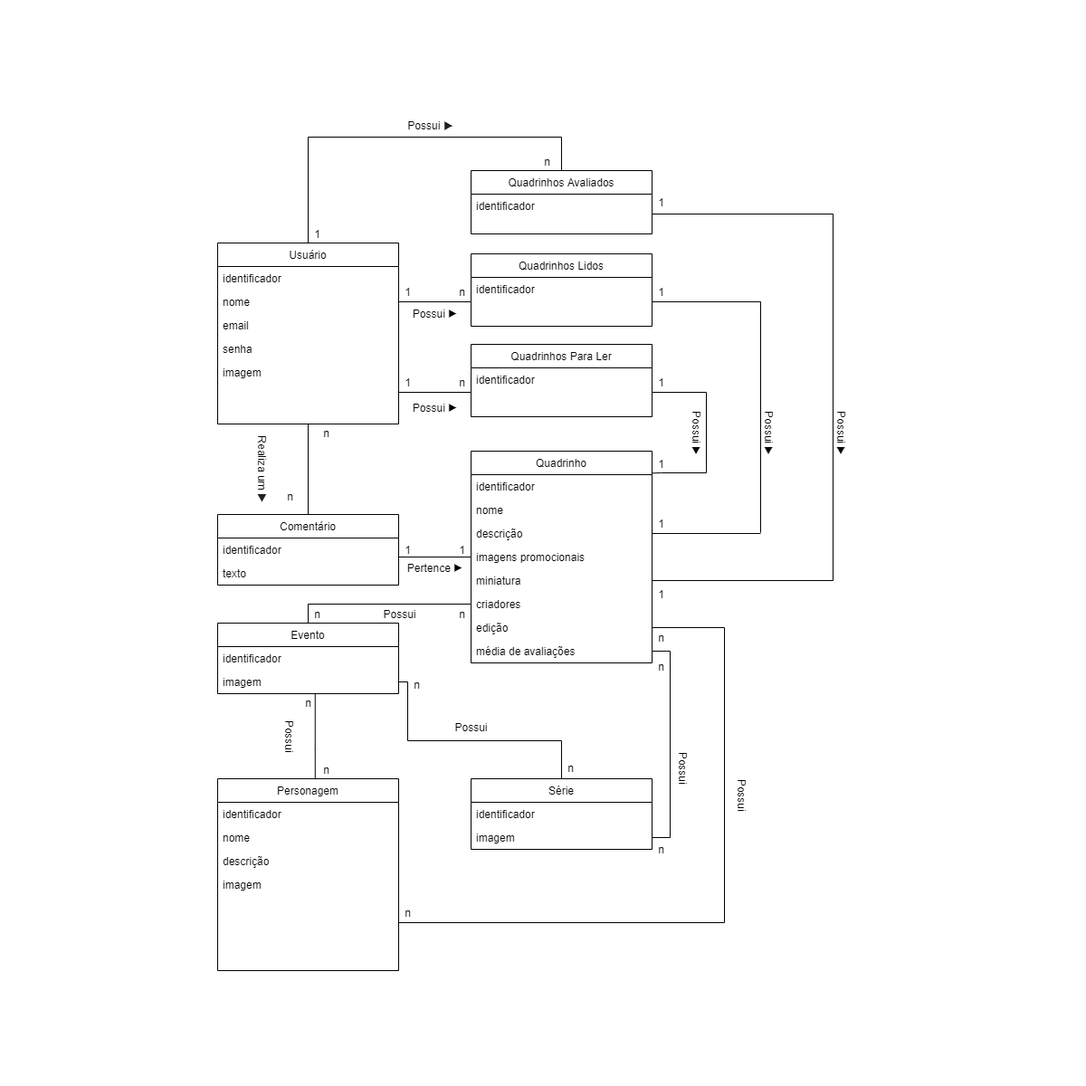
Above: docs/01. definição de requisitos/04. diagrama de classes de análise.png in abigailarruda/mcomics (draw.io), before the change. Source tidied: cells renumbered, new cells last; positions are measured from the earlier drawing's top-left corner, leaving out a move shared by most shapes.
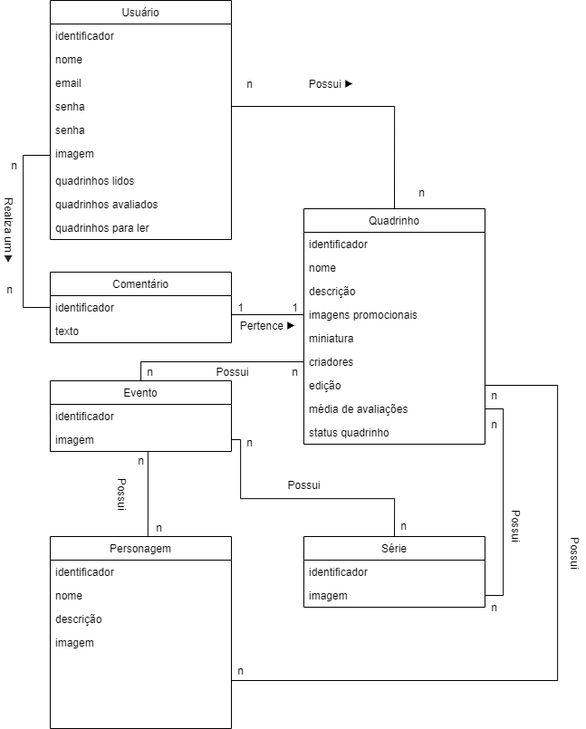
Above is the later version.

Commit message:
correção do mca

Diff of the diagram source:
```diff
@@ -25,16 +25,8 @@
     <mxCell id="7" value="imagem" style="text;align=left;verticalAlign=top;spacingLeft=4;spacingRight=4;overflow=hidden;" parent="3" vertex="1">
       <mxGeometry y="104" width="200" height="26" as="geometry" />
     </mxCell>
-    <mxCell id="8" style="edgeStyle=orthogonalEdgeStyle;rounded=0;jettySize=auto;html=1;endArrow=none;endFill=0;entryX=0.5;entryY=0;entryDx=0;entryDy=0;" parent="1" edge="1" source="9" target="36">
-      <mxGeometry relative="1" as="geometry">
-        <Array as="points">
-          <mxPoint x="100" y="23" />
-          <mxPoint x="380" y="23" />
-        </Array>
-      </mxGeometry>
-    </mxCell>
     <mxCell id="9" value="Usuário" style="swimlane;fontStyle=0;align=center;verticalAlign=top;horizontal=1;startSize=26;fillColor=#ffffff;" parent="1" vertex="1">
-      <mxGeometry y="140" width="200" height="200" as="geometry" />
+      <mxGeometry y="140" width="200" height="264" as="geometry" />
     </mxCell>
     <mxCell id="10" value="identificador" style="text;align=left;verticalAlign=top;spacingLeft=4;spacingRight=4;overflow=hidden;" parent="9" vertex="1">
       <mxGeometry y="26" width="200" height="26" as="geometry" />
@@ -48,11 +40,23 @@
     <mxCell id="13" value="senha" style="text;align=left;verticalAlign=top;spacingLeft=4;spacingRight=4;overflow=hidden;points=[[0,0.5],[1,0.5]];portConstraint=eastwest;" parent="9" vertex="1">
       <mxGeometry y="104" width="200" height="26" as="geometry" />
     </mxCell>
+    <mxCell id="90" value="senha" style="text;align=left;verticalAlign=top;spacingLeft=4;spacingRight=4;overflow=hidden;" parent="9" vertex="1">
+      <mxGeometry y="130" width="200" height="26" as="geometry" />
+    </mxCell>
     <mxCell id="14" value="imagem" style="text;align=left;verticalAlign=top;spacingLeft=4;spacingRight=4;overflow=hidden;points=[[0,0.5],[1,0.5]];portConstraint=eastwest;" parent="9" vertex="1">
-      <mxGeometry y="130" width="200" height="70" as="geometry" />
+      <mxGeometry y="156" width="200" height="30" as="geometry" />
     </mxCell>
+    <mxCell id="91" value="quadrinhos lidos" style="text;align=left;verticalAlign=top;spacingLeft=4;spacingRight=4;overflow=hidden;" parent="9" vertex="1">
+      <mxGeometry y="186" width="200" height="26" as="geometry" />
+    </mxCell>
+    <mxCell id="92" value="quadrinhos avaliados" style="text;align=left;verticalAlign=top;spacingLeft=4;spacingRight=4;overflow=hidden;" parent="9" vertex="1">
+      <mxGeometry y="212" width="200" height="26" as="geometry" />
+    </mxCell>
+    <mxCell id="93" value="quadrinhos para ler" style="text;align=left;verticalAlign=top;spacingLeft=4;spacingRight=4;overflow=hidden;" parent="9" vertex="1">
+      <mxGeometry y="238" width="200" height="26" as="geometry" />
+    </mxCell>
     <mxCell id="15" value="Quadrinho" style="swimlane;fontStyle=0;align=center;verticalAlign=top;horizontal=1;startSize=26;fillColor=#ffffff;" parent="1" vertex="1">
-      <mxGeometry x="280" y="370" width="200" height="234" as="geometry" />
+      <mxGeometry x="280" y="370" width="200" height="260" as="geometry" />
     </mxCell>
     <mxCell id="16" value="identificador" style="text;align=left;verticalAlign=top;spacingLeft=4;spacingRight=4;overflow=hidden;points=[[0,0.5],[1,0.5]];portConstraint=eastwest;" parent="15" vertex="1">
       <mxGeometry y="26" width="200" height="26" as="geometry" />
@@ -78,6 +82,9 @@
     <mxCell id="23" value="média de avaliações" style="text;align=left;verticalAlign=top;spacingLeft=4;spacingRight=4;overflow=hidden;points=[[0,0.5],[1,0.5]];portConstraint=eastwest;" parent="15" vertex="1">
       <mxGeometry y="208" width="200" height="26" as="geometry" />
     </mxCell>
+    <mxCell id="94" value="status quadrinho" style="text;align=left;verticalAlign=top;spacingLeft=4;spacingRight=4;overflow=hidden;" parent="15" vertex="1">
+      <mxGeometry y="234" width="200" height="26" as="geometry" />
+    </mxCell>
     <mxCell id="24" style="edgeStyle=orthogonalEdgeStyle;rounded=0;jettySize=auto;html=1;endArrow=none;endFill=0;entryX=0.539;entryY=0.002;entryDx=0;entryDy=0;entryPerimeter=0;" parent="1" edge="1" source="26" target="3">
       <mxGeometry relative="1" as="geometry">
         <Array as="points">
@@ -106,27 +113,6 @@
     <mxCell id="31" value="imagem" style="text;align=left;verticalAlign=top;spacingLeft=4;spacingRight=4;overflow=hidden;" parent="29" vertex="1">
       <mxGeometry y="52" width="200" height="26" as="geometry" />
     </mxCell>
-    <mxCell id="32" value="Quadrinhos Lidos" style="swimlane;fontStyle=0;horizontal=1;startSize=26;fillColor=none;" parent="1" vertex="1">
-      <mxGeometry x="280" y="152" width="200" height="80" as="geometry" />
-    </mxCell>
-    <mxCell id="33" value="identificador" style="text;align=left;verticalAlign=top;spacingLeft=4;spacingRight=4;overflow=hidden;points=[[0,0.5],[1,0.5]];portConstraint=eastwest;" parent="32" vertex="1">
-      <mxGeometry y="26" width="200" height="54" as="geometry" />
-    </mxCell>
-    <mxCell id="34" value="Quadrinhos Para Ler" style="swimlane;fontStyle=0;horizontal=1;startSize=26;fillColor=none;" parent="1" vertex="1">
-      <mxGeometry x="280" y="252" width="200" height="80" as="geometry" />
-    </mxCell>
-    <mxCell id="35" value="identificador" style="text;align=left;verticalAlign=top;spacingLeft=4;spacingRight=4;overflow=hidden;points=[[0,0.5],[1,0.5]];portConstraint=eastwest;" parent="34" vertex="1">
-      <mxGeometry y="26" width="200" height="54" as="geometry" />
-    </mxCell>
-    <mxCell id="36" value="Quadrinhos Avaliados" style="swimlane;fontStyle=0;horizontal=1;startSize=26;fillColor=none;" parent="1" vertex="1">
-      <mxGeometry x="280" y="60" width="200" height="70" as="geometry" />
-    </mxCell>
-    <mxCell id="37" value="identificador" style="text;align=left;verticalAlign=top;spacingLeft=4;spacingRight=4;overflow=hidden;points=[[0,0.5],[1,0.5]];portConstraint=eastwest;" parent="36" vertex="1">
-      <mxGeometry y="26" width="200" height="44" as="geometry" />
-    </mxCell>
-    <mxCell id="38" style="edgeStyle=orthogonalEdgeStyle;rounded=0;jettySize=auto;html=1;entryX=0.5;entryY=1;entryDx=0;entryDy=0;entryPerimeter=0;endArrow=none;endFill=0;" parent="1" edge="1" source="39" target="14">
-      <mxGeometry relative="1" as="geometry" />
-    </mxCell>
     <mxCell id="39" value="Comentário" style="swimlane;fontStyle=0;horizontal=1;startSize=26;fillColor=none;" parent="1" vertex="1">
       <mxGeometry y="440" width="200" height="78" as="geometry" />
     </mxCell>
@@ -136,47 +122,14 @@
     <mxCell id="41" value="texto" style="text;strokeColor=none;fillColor=none;align=left;verticalAlign=top;spacingLeft=4;spacingRight=4;overflow=hidden;" parent="39" vertex="1">
       <mxGeometry y="52" width="200" height="26" as="geometry" />
     </mxCell>
-    <mxCell id="42" style="edgeStyle=orthogonalEdgeStyle;rounded=0;jettySize=auto;html=1;exitX=1;exitY=0.5;exitDx=0;exitDy=0;entryX=0;entryY=0.5;entryDx=0;entryDy=0;endArrow=none;endFill=0;" parent="1" edge="1" source="11" target="33">
-      <mxGeometry relative="1" as="geometry" />
-    </mxCell>
-    <mxCell id="43" value="1" style="text;html=1;align=center;verticalAlign=middle;" parent="1" vertex="1">
-      <mxGeometry x="200" y="184" width="20" height="20" as="geometry" />
-    </mxCell>
-    <mxCell id="44" value="n" style="text;html=1;align=center;verticalAlign=middle;" parent="1" vertex="1">
-      <mxGeometry x="260" y="184" width="20" height="20" as="geometry" />
-    </mxCell>
-    <mxCell id="45" value="Possui&amp;nbsp;▶" style="text;html=1;align=center;verticalAlign=middle;" parent="1" vertex="1">
-      <mxGeometry x="210" y="208" width="60" height="20" as="geometry" />
-    </mxCell>
-    <mxCell id="46" value="1" style="text;html=1;align=center;verticalAlign=middle;" parent="1" vertex="1">
-      <mxGeometry x="100" y="120" width="20" height="20" as="geometry" />
-    </mxCell>
-    <mxCell id="47" value="n" style="text;html=1;align=center;verticalAlign=middle;" parent="1" vertex="1">
-      <mxGeometry x="354" y="40" width="20" height="20" as="geometry" />
-    </mxCell>
-    <mxCell id="48" value="Possui&amp;nbsp;&lt;span style=&quot;color: rgb(32 , 33 , 36) ; font-family: &amp;#34;roboto&amp;#34; , &amp;#34;arial&amp;#34; , sans-serif ; font-size: 13px ; text-align: left ; background-color: rgb(255 , 255 , 255)&quot;&gt;▶&lt;/span&gt;" style="text;html=1;align=center;verticalAlign=middle;rotation=0;" parent="1" vertex="1">
-      <mxGeometry x="200" width="70" height="20" as="geometry" />
-    </mxCell>
-    <mxCell id="49" style="edgeStyle=orthogonalEdgeStyle;rounded=0;jettySize=auto;html=1;exitX=1;exitY=0.5;exitDx=0;exitDy=0;endArrow=none;endFill=0;" parent="1" edge="1" source="14" target="35">
-      <mxGeometry relative="1" as="geometry" />
-    </mxCell>
     <mxCell id="50" value="n" style="text;html=1;align=center;verticalAlign=middle;" parent="1" vertex="1">
-      <mxGeometry x="70" y="410" width="20" height="20" as="geometry" />
+      <mxGeometry x="-55" y="449" width="20" height="20" as="geometry" />
     </mxCell>
-    <mxCell id="51" value="1" style="text;html=1;align=center;verticalAlign=middle;" parent="1" vertex="1">
-      <mxGeometry x="200" y="284" width="20" height="20" as="geometry" />
-    </mxCell>
-    <mxCell id="52" value="n" style="text;html=1;align=center;verticalAlign=middle;" parent="1" vertex="1">
-      <mxGeometry x="260" y="284" width="20" height="20" as="geometry" />
-    </mxCell>
     <mxCell id="53" value="n" style="text;html=1;align=center;verticalAlign=middle;" parent="1" vertex="1">
-      <mxGeometry x="110" y="340" width="20" height="20" as="geometry" />
+      <mxGeometry x="-50" y="312" width="20" height="20" as="geometry" />
     </mxCell>
-    <mxCell id="54" value="Possui&amp;nbsp;▶" style="text;html=1;align=center;verticalAlign=middle;" parent="1" vertex="1">
-      <mxGeometry x="210" y="312" width="60" height="20" as="geometry" />
-    </mxCell>
-    <mxCell id="55" value="Realiza um&amp;nbsp;&lt;span style=&quot;color: rgb(32 , 33 , 36) ; font-family: &amp;#34;roboto&amp;#34; , &amp;#34;arial&amp;#34; , sans-serif ; font-size: 13px ; text-align: left ; background-color: rgb(255 , 255 , 255)&quot;&gt;▶&lt;/span&gt;" style="text;html=1;align=center;verticalAlign=middle;rotation=90;" parent="1" vertex="1">
-      <mxGeometry x="5" y="380" width="90" height="20" as="geometry" />
+    <mxCell id="55" value="&lt;font style=&quot;font-size: 12px&quot;&gt;Realiza um&amp;nbsp;&lt;span style=&quot;color: rgb(32 , 33 , 36) ; font-family: &amp;#34;roboto&amp;#34; , &amp;#34;arial&amp;#34; , sans-serif ; text-align: left ; background-color: rgb(255 , 255 , 255)&quot;&gt;▶&lt;/span&gt;&lt;/font&gt;" style="text;html=1;align=center;verticalAlign=middle;rotation=90;" parent="1" vertex="1">
+      <mxGeometry x="-90" y="384" width="90" height="20" as="geometry" />
     </mxCell>
     <mxCell id="56" value="n" style="text;html=1;align=center;verticalAlign=middle;" parent="1" vertex="1">
       <mxGeometry x="110" y="712" width="20" height="20" as="geometry" />
@@ -190,60 +143,6 @@
     <mxCell id="59" value="n" style="text;html=1;align=center;verticalAlign=middle;" parent="1" vertex="1">
       <mxGeometry x="100" y="540" width="20" height="20" as="geometry" />
     </mxCell>
-    <mxCell id="60" style="edgeStyle=orthogonalEdgeStyle;rounded=0;jettySize=auto;html=1;endArrow=none;endFill=0;entryX=1.002;entryY=-0.064;entryDx=0;entryDy=0;entryPerimeter=0;" parent="1" edge="1" source="35" target="16">
-      <mxGeometry relative="1" as="geometry">
-        <Array as="points">
-          <mxPoint x="540" y="305" />
-          <mxPoint x="540" y="394" />
-          <mxPoint x="490" y="394" />
-        </Array>
-      </mxGeometry>
-    </mxCell>
-    <mxCell id="61" value="1" style="text;html=1;align=center;verticalAlign=middle;" parent="1" vertex="1">
-      <mxGeometry x="480" y="284" width="20" height="20" as="geometry" />
-    </mxCell>
-    <mxCell id="62" value="1" style="text;html=1;align=center;verticalAlign=middle;" parent="1" vertex="1">
-      <mxGeometry x="480" y="374" width="20" height="20" as="geometry" />
-    </mxCell>
-    <mxCell id="63" value="Possui&amp;nbsp;▶" style="text;html=1;align=center;verticalAlign=middle;rotation=90;" parent="1" vertex="1">
-      <mxGeometry x="500" y="340" width="60" height="20" as="geometry" />
-    </mxCell>
-    <mxCell id="64" style="edgeStyle=orthogonalEdgeStyle;rounded=0;jettySize=auto;html=1;endArrow=none;endFill=0;" parent="1" edge="1" source="33">
-      <mxGeometry relative="1" as="geometry">
-        <mxPoint x="600" y="460" as="targetPoint" />
-      </mxGeometry>
-    </mxCell>
-    <mxCell id="65" style="edgeStyle=orthogonalEdgeStyle;rounded=0;jettySize=auto;html=1;endArrow=none;endFill=0;" parent="1" edge="1" source="18">
-      <mxGeometry relative="1" as="geometry">
-        <mxPoint x="600" y="461" as="targetPoint" />
-      </mxGeometry>
-    </mxCell>
-    <mxCell id="66" value="1&lt;br&gt;" style="text;html=1;align=center;verticalAlign=middle;" parent="1" vertex="1">
-      <mxGeometry x="480" y="184" width="20" height="20" as="geometry" />
-    </mxCell>
-    <mxCell id="67" value="1" style="text;html=1;align=center;verticalAlign=middle;" parent="1" vertex="1">
-      <mxGeometry x="480" y="440" width="20" height="20" as="geometry" />
-    </mxCell>
-    <mxCell id="68" value="Possui&amp;nbsp;▶" style="text;html=1;align=center;verticalAlign=middle;rotation=90;" parent="1" vertex="1">
-      <mxGeometry x="580" y="340" width="60" height="20" as="geometry" />
-    </mxCell>
-    <mxCell id="69" style="edgeStyle=orthogonalEdgeStyle;rounded=0;jettySize=auto;html=1;endArrow=none;endFill=0;entryX=1;entryY=0.5;entryDx=0;entryDy=0;" parent="1" edge="1" source="37" target="20">
-      <mxGeometry relative="1" as="geometry">
-        <Array as="points">
-          <mxPoint x="680" y="108" />
-          <mxPoint x="680" y="513" />
-        </Array>
-      </mxGeometry>
-    </mxCell>
-    <mxCell id="70" value="Possui&amp;nbsp;▶" style="text;html=1;align=center;verticalAlign=middle;rotation=90;" parent="1" vertex="1">
-      <mxGeometry x="660" y="340" width="60" height="20" as="geometry" />
-    </mxCell>
-    <mxCell id="71" value="1" style="text;html=1;align=center;verticalAlign=middle;" parent="1" vertex="1">
-      <mxGeometry x="480" y="85" width="20" height="20" as="geometry" />
-    </mxCell>
-    <mxCell id="72" value="1" style="text;html=1;align=center;verticalAlign=middle;" parent="1" vertex="1">
-      <mxGeometry x="480" y="518" width="20" height="20" as="geometry" />
-    </mxCell>
     <mxCell id="73" style="edgeStyle=orthogonalEdgeStyle;rounded=0;jettySize=auto;html=1;exitX=1;exitY=0.5;exitDx=0;exitDy=0;entryX=0;entryY=0.5;entryDx=0;entryDy=0;endArrow=none;endFill=0;" parent="1" edge="1" source="40" target="19">
       <mxGeometry relative="1" as="geometry">
         <Array as="points">
@@ -311,5 +210,25 @@
     <mxCell id="89" value="n" style="text;html=1;align=center;verticalAlign=middle;" parent="1" vertex="1">
       <mxGeometry x="480" y="800" width="20" height="20" as="geometry" />
     </mxCell>
+    <mxCell id="95" style="edgeStyle=orthogonalEdgeStyle;rounded=0;jettySize=auto;html=1;entryX=0.5;entryY=0;entryDx=0;entryDy=0;endArrow=none;endFill=0;" parent="1" edge="1" source="13" target="15">
+      <mxGeometry relative="1" as="geometry" />
+    </mxCell>
+    <mxCell id="96" style="edgeStyle=orthogonalEdgeStyle;rounded=0;jettySize=auto;html=1;entryX=0;entryY=0.5;entryDx=0;entryDy=0;endArrow=none;endFill=0;" parent="1" edge="1" source="40" target="14">
+      <mxGeometry relative="1" as="geometry">
+        <Array as="points">
+          <mxPoint x="-30" y="479" />
+          <mxPoint x="-30" y="311" />
+        </Array>
+      </mxGeometry>
+    </mxCell>
+    <mxCell id="97" value="n" style="text;html=1;align=center;verticalAlign=middle;" parent="1" vertex="1">
+      <mxGeometry x="210" y="222" width="20" height="20" as="geometry" />
+    </mxCell>
+    <mxCell id="98" value="n" style="text;html=1;align=center;verticalAlign=middle;" parent="1" vertex="1">
+      <mxGeometry x="400" y="342" width="20" height="20" as="geometry" />
+    </mxCell>
+    <mxCell id="99" value="Possui ▶" style="text;html=1;align=center;verticalAlign=middle;direction=east;" parent="1" vertex="1">
+      <mxGeometry x="280" y="222" width="60" height="20" as="geometry" />
+    </mxCell>
   </root>
 </mxGraphModel>
```
